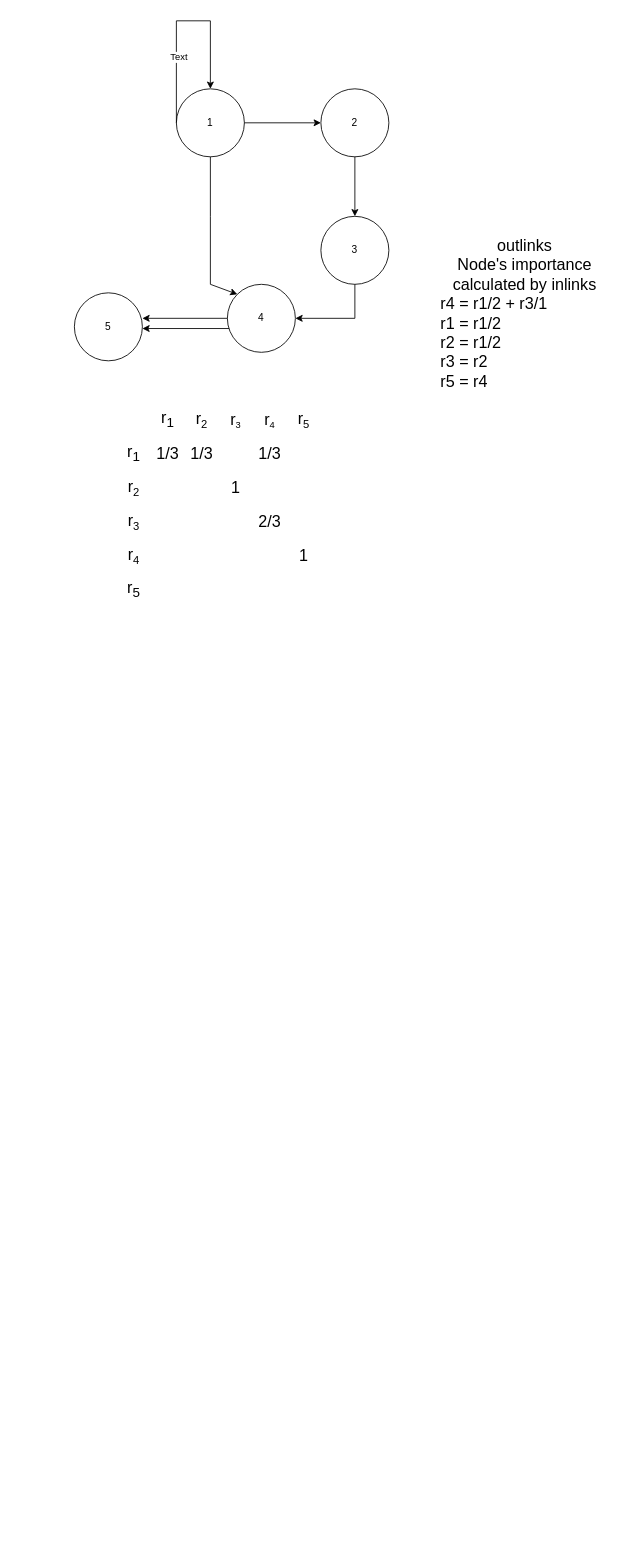
Before: cs224w_hw1.drawio in rajdeepd/draw_io, a draw.io diagram. Source tidied: cells renumbered, new cells numbered last; positions are measured from the earlier drawing's top-left corner, leaving out a move shared by most shapes. Both pictures are drawn from the tidied source at 85%, with x=0, y=0 at pixel (74, 20).
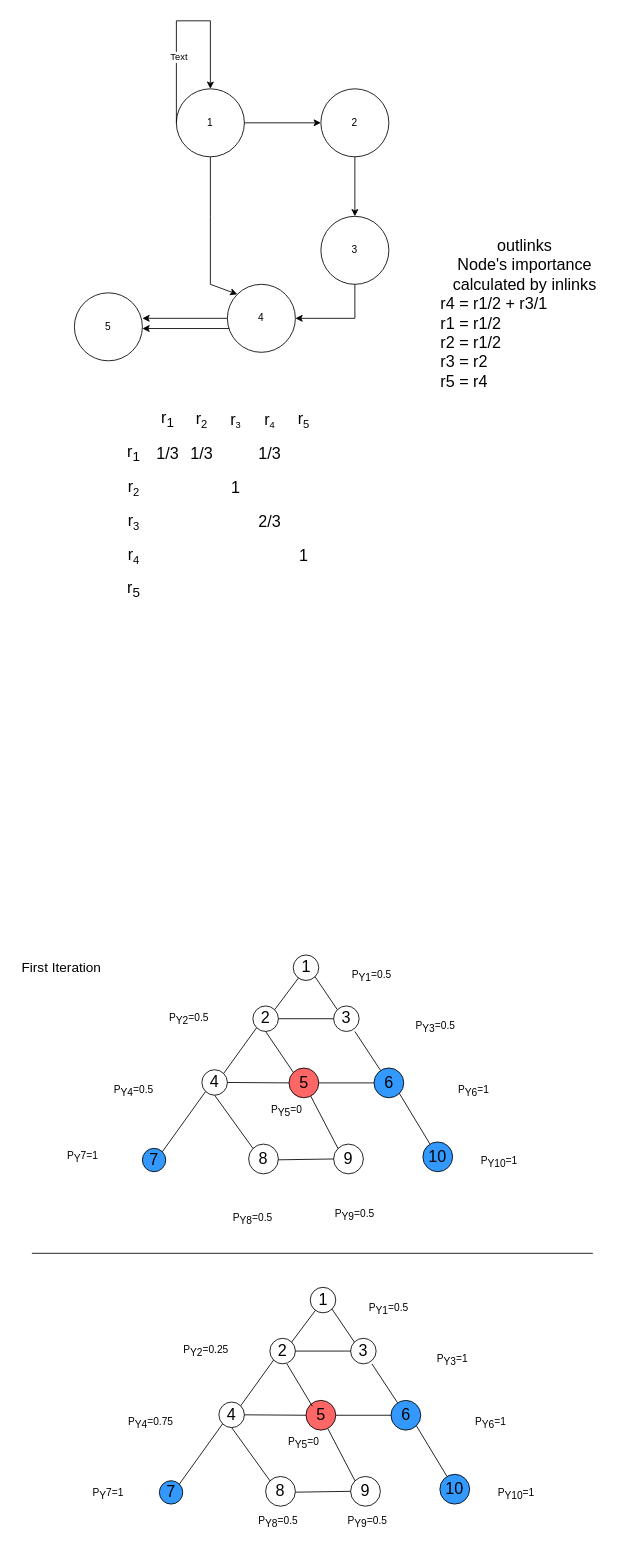
Above is the later version.

Change to the diagram source:
```diff
@@
+    <mxCell id="32" style="endArrow=none;html=1;rounded=0;fontSize=19;" parent="1" edge="1">
+      <mxGeometry relative="1" as="geometry">
+        <mxPoint x="-50" y="1450" as="sourcePoint" />
+        <mxPoint x="610" y="1450" as="targetPoint" />
+      </mxGeometry>
+    </mxCell>
+    <mxCell id="33" value="First Iteration" style="text;html=1;strokeColor=none;fillColor=none;align=center;verticalAlign=middle;whiteSpace=wrap;rounded=0;fontSize=16;" parent="1" vertex="1">
+      <mxGeometry x="-70" y="1099" width="110" height="30" as="geometry" />
+    </mxCell>
+    <mxCell id="34" value="P&lt;sub style=&quot;font-size: 12px;&quot;&gt;Y8&lt;/sub&gt;=0.5" style="text;html=1;strokeColor=none;fillColor=none;align=center;verticalAlign=middle;whiteSpace=wrap;rounded=0;fontSize=12;" parent="1" vertex="1">
+      <mxGeometry x="160" y="1395" width="100" height="30" as="geometry" />
+    </mxCell>
+    <mxCell id="35" value="P&lt;sub style=&quot;font-size: 12px;&quot;&gt;Y9&lt;/sub&gt;=0.5" style="text;html=1;strokeColor=none;fillColor=none;align=center;verticalAlign=middle;whiteSpace=wrap;rounded=0;fontSize=12;" parent="1" vertex="1">
+      <mxGeometry x="280" y="1390" width="100" height="30" as="geometry" />
+    </mxCell>
+    <mxCell id="36" value="1" style="ellipse;whiteSpace=wrap;html=1;fontSize=19;" parent="1" vertex="1">
+      <mxGeometry x="257.5" y="1099" width="30" height="30" as="geometry" />
+    </mxCell>
+    <mxCell id="37" value="2" style="ellipse;whiteSpace=wrap;html=1;fontSize=19;" parent="1" vertex="1">
+      <mxGeometry x="210" y="1159" width="30" height="30" as="geometry" />
+    </mxCell>
+    <mxCell id="38" value="3" style="ellipse;whiteSpace=wrap;html=1;fontSize=19;" parent="1" vertex="1">
+      <mxGeometry x="305" y="1159" width="30" height="30" as="geometry" />
+    </mxCell>
+    <mxCell id="39" value="5" style="ellipse;whiteSpace=wrap;html=1;fontSize=19;fillColor=#FF6666;" parent="1" vertex="1">
+      <mxGeometry x="252.5" y="1232" width="35" height="35" as="geometry" />
+    </mxCell>
+    <mxCell id="40" value="4" style="ellipse;whiteSpace=wrap;html=1;fontSize=19;" parent="1" vertex="1">
+      <mxGeometry x="150" y="1234" width="30" height="30" as="geometry" />
+    </mxCell>
+    <mxCell id="41" value="6" style="ellipse;whiteSpace=wrap;html=1;fontSize=19;fillColor=#3399FF;" parent="1" vertex="1">
+      <mxGeometry x="352.5" y="1232" width="35" height="35" as="geometry" />
+    </mxCell>
+    <mxCell id="42" value="8" style="ellipse;whiteSpace=wrap;html=1;fontSize=19;" parent="1" vertex="1">
+      <mxGeometry x="205" y="1321.5" width="35" height="35" as="geometry" />
+    </mxCell>
+    <mxCell id="43" value="7" style="ellipse;whiteSpace=wrap;html=1;fontSize=19;fillColor=#3399FF;" parent="1" vertex="1">
+      <mxGeometry x="80" y="1326.5" width="27.5" height="27.5" as="geometry" />
+    </mxCell>
+    <mxCell id="44" value="9" style="ellipse;whiteSpace=wrap;html=1;fontSize=19;" parent="1" vertex="1">
+      <mxGeometry x="305" y="1321.5" width="35" height="35" as="geometry" />
+    </mxCell>
+    <mxCell id="45" value="10" style="ellipse;whiteSpace=wrap;html=1;fontSize=19;fillColor=#3399FF;" parent="1" vertex="1">
+      <mxGeometry x="410" y="1319" width="35" height="35" as="geometry" />
+    </mxCell>
+    <mxCell id="46" value="P&lt;sub style=&quot;font-size: 12px;&quot;&gt;Y6&lt;/sub&gt;=1" style="text;html=1;strokeColor=none;fillColor=none;align=center;verticalAlign=middle;whiteSpace=wrap;rounded=0;fontSize=12;" parent="1" vertex="1">
+      <mxGeometry x="420" y="1244" width="100" height="30" as="geometry" />
+    </mxCell>
+    <mxCell id="47" value="P&lt;sub style=&quot;font-size: 12px;&quot;&gt;Y&lt;/sub&gt;7=1" style="text;html=1;strokeColor=none;fillColor=none;align=center;verticalAlign=middle;whiteSpace=wrap;rounded=0;fontSize=12;" parent="1" vertex="1">
+      <mxGeometry x="-40" y="1321.5" width="100" height="30" as="geometry" />
+    </mxCell>
+    <mxCell id="48" value="P&lt;sub style=&quot;font-size: 12px;&quot;&gt;Y10&lt;/sub&gt;=1" style="text;html=1;strokeColor=none;fillColor=none;align=center;verticalAlign=middle;whiteSpace=wrap;rounded=0;fontSize=12;" parent="1" vertex="1">
+      <mxGeometry x="450" y="1326.5" width="100" height="30" as="geometry" />
+    </mxCell>
+    <mxCell id="49" value="P&lt;sub style=&quot;font-size: 12px;&quot;&gt;Y5&lt;/sub&gt;=0" style="text;html=1;strokeColor=none;fillColor=none;align=center;verticalAlign=middle;whiteSpace=wrap;rounded=0;fontSize=12;" parent="1" vertex="1">
+      <mxGeometry x="200" y="1267" width="100" height="30" as="geometry" />
+    </mxCell>
+    <mxCell id="50" value="P&lt;sub style=&quot;font-size: 12px;&quot;&gt;Y1&lt;/sub&gt;=0.5" style="text;html=1;strokeColor=none;fillColor=none;align=center;verticalAlign=middle;whiteSpace=wrap;rounded=0;fontSize=12;" parent="1" vertex="1">
+      <mxGeometry x="300" y="1109" width="100" height="30" as="geometry" />
+    </mxCell>
+    <mxCell id="51" value="P&lt;sub style=&quot;font-size: 12px;&quot;&gt;Y3&lt;/sub&gt;=0.5" style="text;html=1;strokeColor=none;fillColor=none;align=center;verticalAlign=middle;whiteSpace=wrap;rounded=0;fontSize=12;" parent="1" vertex="1">
+      <mxGeometry x="375" y="1169" width="100" height="30" as="geometry" />
+    </mxCell>
+    <mxCell id="52" value="P&lt;sub style=&quot;font-size: 12px;&quot;&gt;Y2&lt;/sub&gt;=0.5" style="text;html=1;strokeColor=none;fillColor=none;align=center;verticalAlign=middle;whiteSpace=wrap;rounded=0;fontSize=12;" parent="1" vertex="1">
+      <mxGeometry x="85" y="1159" width="100" height="30" as="geometry" />
+    </mxCell>
+    <mxCell id="53" value="P&lt;sub style=&quot;font-size: 12px;&quot;&gt;Y4&lt;/sub&gt;=0.5" style="text;html=1;strokeColor=none;fillColor=none;align=center;verticalAlign=middle;whiteSpace=wrap;rounded=0;fontSize=12;" parent="1" vertex="1">
+      <mxGeometry x="20" y="1244" width="100" height="30" as="geometry" />
+    </mxCell>
+    <mxCell id="54" style="endArrow=none;html=1;rounded=0;fontSize=19;exitX=1;exitY=0;exitDx=0;exitDy=0;" parent="1" edge="1" source="37" target="36">
+      <mxGeometry relative="1" as="geometry" />
+    </mxCell>
+    <mxCell id="55" style="endArrow=none;html=1;rounded=0;fontSize=19;entryX=0;entryY=1;entryDx=0;entryDy=0;exitX=1;exitY=0;exitDx=0;exitDy=0;" parent="1" edge="1" source="43" target="40">
+      <mxGeometry relative="1" as="geometry" />
+    </mxCell>
+    <mxCell id="56" style="endArrow=none;html=1;rounded=0;fontSize=19;exitX=1;exitY=0;exitDx=0;exitDy=0;entryX=0;entryY=1;entryDx=0;entryDy=0;" parent="1" edge="1" source="40" target="37">
+      <mxGeometry relative="1" as="geometry" />
+    </mxCell>
+    <mxCell id="57" style="endArrow=none;html=1;rounded=0;fontSize=12;entryX=1;entryY=1;entryDx=0;entryDy=0;exitX=0;exitY=0;exitDx=0;exitDy=0;" parent="1" edge="1" source="38" target="36">
+      <mxGeometry relative="1" as="geometry" />
+    </mxCell>
+    <mxCell id="58" style="endArrow=none;html=1;rounded=0;fontSize=12;" parent="1" edge="1" source="41">
+      <mxGeometry relative="1" as="geometry">
+        <mxPoint x="330" y="1189" as="targetPoint" />
+      </mxGeometry>
+    </mxCell>
+    <mxCell id="59" style="endArrow=none;html=1;rounded=0;fontSize=12;entryX=1;entryY=1;entryDx=0;entryDy=0;" parent="1" edge="1" source="45" target="41">
+      <mxGeometry relative="1" as="geometry" />
+    </mxCell>
+    <mxCell id="60" style="endArrow=none;html=1;rounded=0;fontSize=12;entryX=0;entryY=0.5;entryDx=0;entryDy=0;" parent="1" edge="1" target="44">
+      <mxGeometry relative="1" as="geometry">
+        <mxPoint x="240" y="1340" as="sourcePoint" />
+      </mxGeometry>
+    </mxCell>
+    <mxCell id="61" style="endArrow=none;html=1;rounded=0;fontSize=12;exitX=0;exitY=0;exitDx=0;exitDy=0;entryX=0.5;entryY=1;entryDx=0;entryDy=0;" parent="1" edge="1" source="42" target="40">
+      <mxGeometry relative="1" as="geometry" />
+    </mxCell>
+    <mxCell id="62" style="endArrow=none;html=1;rounded=0;fontSize=12;exitX=0;exitY=0;exitDx=0;exitDy=0;" parent="1" edge="1" source="44" target="39">
+      <mxGeometry relative="1" as="geometry" />
+    </mxCell>
+    <mxCell id="63" style="endArrow=none;html=1;rounded=0;fontSize=12;entryX=0;entryY=0.5;entryDx=0;entryDy=0;exitX=1;exitY=0.5;exitDx=0;exitDy=0;" parent="1" edge="1" source="40" target="39">
+      <mxGeometry relative="1" as="geometry" />
+    </mxCell>
+    <mxCell id="64" style="endArrow=none;html=1;rounded=0;fontSize=12;exitX=1;exitY=0.5;exitDx=0;exitDy=0;entryX=0;entryY=0.5;entryDx=0;entryDy=0;" parent="1" edge="1" source="39" target="41">
+      <mxGeometry relative="1" as="geometry" />
+    </mxCell>
+    <mxCell id="65" style="endArrow=none;html=1;rounded=0;fontSize=12;exitX=1;exitY=0.5;exitDx=0;exitDy=0;entryX=0;entryY=0.5;entryDx=0;entryDy=0;" parent="1" edge="1" source="37" target="38">
+      <mxGeometry relative="1" as="geometry" />
+    </mxCell>
+    <mxCell id="66" style="endArrow=none;html=1;rounded=0;fontSize=16;entryX=0.5;entryY=1;entryDx=0;entryDy=0;exitX=0;exitY=0;exitDx=0;exitDy=0;" parent="1" edge="1" source="39" target="37">
+      <mxGeometry relative="1" as="geometry" />
+    </mxCell>
+    <mxCell id="67" value="P&lt;sub style=&quot;font-size: 12px;&quot;&gt;Y8&lt;/sub&gt;=0.5" style="text;html=1;strokeColor=none;fillColor=none;align=center;verticalAlign=middle;whiteSpace=wrap;rounded=0;fontSize=12;" parent="1" vertex="1">
+      <mxGeometry x="190" y="1751" width="100" height="30" as="geometry" />
+    </mxCell>
+    <mxCell id="68" value="P&lt;sub style=&quot;font-size: 12px;&quot;&gt;Y9&lt;/sub&gt;=0.5" style="text;html=1;strokeColor=none;fillColor=none;align=center;verticalAlign=middle;whiteSpace=wrap;rounded=0;fontSize=12;" parent="1" vertex="1">
+      <mxGeometry x="295" y="1751" width="100" height="30" as="geometry" />
+    </mxCell>
+    <mxCell id="69" value="1" style="ellipse;whiteSpace=wrap;html=1;fontSize=19;" parent="1" vertex="1">
+      <mxGeometry x="277.5" y="1490" width="30" height="30" as="geometry" />
+    </mxCell>
+    <mxCell id="70" value="2" style="ellipse;whiteSpace=wrap;html=1;fontSize=19;" parent="1" vertex="1">
+      <mxGeometry x="230" y="1550" width="30" height="30" as="geometry" />
+    </mxCell>
+    <mxCell id="71" value="3" style="ellipse;whiteSpace=wrap;html=1;fontSize=19;" parent="1" vertex="1">
+      <mxGeometry x="325" y="1550" width="30" height="30" as="geometry" />
+    </mxCell>
+    <mxCell id="72" value="5" style="ellipse;whiteSpace=wrap;html=1;fontSize=19;fillColor=#FF6666;" parent="1" vertex="1">
+      <mxGeometry x="272.5" y="1623" width="35" height="35" as="geometry" />
+    </mxCell>
+    <mxCell id="73" value="4" style="ellipse;whiteSpace=wrap;html=1;fontSize=19;" parent="1" vertex="1">
+      <mxGeometry x="170" y="1625" width="30" height="30" as="geometry" />
+    </mxCell>
+    <mxCell id="74" value="6" style="ellipse;whiteSpace=wrap;html=1;fontSize=19;fillColor=#3399FF;" parent="1" vertex="1">
+      <mxGeometry x="372.5" y="1623" width="35" height="35" as="geometry" />
+    </mxCell>
+    <mxCell id="75" value="8" style="ellipse;whiteSpace=wrap;html=1;fontSize=19;" parent="1" vertex="1">
+      <mxGeometry x="225" y="1712.5" width="35" height="35" as="geometry" />
+    </mxCell>
+    <mxCell id="76" value="7" style="ellipse;whiteSpace=wrap;html=1;fontSize=19;fillColor=#3399FF;" parent="1" vertex="1">
+      <mxGeometry x="100" y="1717.5" width="27.5" height="27.5" as="geometry" />
+    </mxCell>
+    <mxCell id="77" value="9" style="ellipse;whiteSpace=wrap;html=1;fontSize=19;" parent="1" vertex="1">
+      <mxGeometry x="325" y="1712.5" width="35" height="35" as="geometry" />
+    </mxCell>
+    <mxCell id="78" value="10" style="ellipse;whiteSpace=wrap;html=1;fontSize=19;fillColor=#3399FF;" parent="1" vertex="1">
+      <mxGeometry x="430" y="1710" width="35" height="35" as="geometry" />
+    </mxCell>
+    <mxCell id="79" value="P&lt;sub style=&quot;font-size: 12px;&quot;&gt;Y6&lt;/sub&gt;=1" style="text;html=1;strokeColor=none;fillColor=none;align=center;verticalAlign=middle;whiteSpace=wrap;rounded=0;fontSize=12;" parent="1" vertex="1">
+      <mxGeometry x="440" y="1635" width="100" height="30" as="geometry" />
+    </mxCell>
+    <mxCell id="80" value="P&lt;sub style=&quot;font-size: 12px;&quot;&gt;Y10&lt;/sub&gt;=1" style="text;html=1;strokeColor=none;fillColor=none;align=center;verticalAlign=middle;whiteSpace=wrap;rounded=0;fontSize=12;" parent="1" vertex="1">
+      <mxGeometry x="470" y="1717.5" width="100" height="30" as="geometry" />
+    </mxCell>
+    <mxCell id="81" value="P&lt;sub style=&quot;font-size: 12px;&quot;&gt;Y5&lt;/sub&gt;=0" style="text;html=1;strokeColor=none;fillColor=none;align=center;verticalAlign=middle;whiteSpace=wrap;rounded=0;fontSize=12;" parent="1" vertex="1">
+      <mxGeometry x="220" y="1658" width="100" height="30" as="geometry" />
+    </mxCell>
+    <mxCell id="82" value="P&lt;sub style=&quot;font-size: 12px;&quot;&gt;Y1&lt;/sub&gt;=0.5" style="text;html=1;strokeColor=none;fillColor=none;align=center;verticalAlign=middle;whiteSpace=wrap;rounded=0;fontSize=12;" parent="1" vertex="1">
+      <mxGeometry x="320" y="1500" width="100" height="30" as="geometry" />
+    </mxCell>
+    <mxCell id="83" value="P&lt;sub style=&quot;font-size: 12px;&quot;&gt;Y3&lt;/sub&gt;=1" style="text;html=1;strokeColor=none;fillColor=none;align=center;verticalAlign=middle;whiteSpace=wrap;rounded=0;fontSize=12;" parent="1" vertex="1">
+      <mxGeometry x="395" y="1560" width="100" height="30" as="geometry" />
+    </mxCell>
+    <mxCell id="84" value="P&lt;sub style=&quot;font-size: 12px;&quot;&gt;Y2&lt;/sub&gt;=0.25" style="text;html=1;strokeColor=none;fillColor=none;align=center;verticalAlign=middle;whiteSpace=wrap;rounded=0;fontSize=12;" parent="1" vertex="1">
+      <mxGeometry x="105" y="1550" width="100" height="30" as="geometry" />
+    </mxCell>
+    <mxCell id="85" value="P&lt;sub style=&quot;font-size: 12px;&quot;&gt;Y4&lt;/sub&gt;=0.75" style="text;html=1;strokeColor=none;fillColor=none;align=center;verticalAlign=middle;whiteSpace=wrap;rounded=0;fontSize=12;" parent="1" vertex="1">
+      <mxGeometry x="40" y="1635" width="100" height="30" as="geometry" />
+    </mxCell>
+    <mxCell id="86" style="endArrow=none;html=1;rounded=0;fontSize=19;exitX=1;exitY=0;exitDx=0;exitDy=0;" parent="1" edge="1" source="70" target="69">
+      <mxGeometry relative="1" as="geometry" />
+    </mxCell>
+    <mxCell id="87" style="endArrow=none;html=1;rounded=0;fontSize=19;entryX=0;entryY=1;entryDx=0;entryDy=0;exitX=1;exitY=0;exitDx=0;exitDy=0;" parent="1" edge="1" source="76" target="73">
+      <mxGeometry relative="1" as="geometry" />
+    </mxCell>
+    <mxCell id="88" style="endArrow=none;html=1;rounded=0;fontSize=19;exitX=1;exitY=0;exitDx=0;exitDy=0;entryX=0;entryY=1;entryDx=0;entryDy=0;" parent="1" edge="1" source="73" target="70">
+      <mxGeometry relative="1" as="geometry" />
+    </mxCell>
+    <mxCell id="89" style="endArrow=none;html=1;rounded=0;fontSize=12;entryX=1;entryY=1;entryDx=0;entryDy=0;exitX=0;exitY=0;exitDx=0;exitDy=0;" parent="1" edge="1" source="71" target="69">
+      <mxGeometry relative="1" as="geometry" />
+    </mxCell>
+    <mxCell id="90" style="endArrow=none;html=1;rounded=0;fontSize=12;" parent="1" edge="1" source="74">
+      <mxGeometry relative="1" as="geometry">
+        <mxPoint x="350" y="1580" as="targetPoint" />
+      </mxGeometry>
+    </mxCell>
+    <mxCell id="91" style="endArrow=none;html=1;rounded=0;fontSize=12;entryX=1;entryY=1;entryDx=0;entryDy=0;" parent="1" edge="1" source="78" target="74">
+      <mxGeometry relative="1" as="geometry" />
+    </mxCell>
+    <mxCell id="92" style="endArrow=none;html=1;rounded=0;fontSize=12;entryX=0;entryY=0.5;entryDx=0;entryDy=0;" parent="1" edge="1" target="77">
+      <mxGeometry relative="1" as="geometry">
+        <mxPoint x="260" y="1731" as="sourcePoint" />
+      </mxGeometry>
+    </mxCell>
+    <mxCell id="93" style="endArrow=none;html=1;rounded=0;fontSize=12;exitX=0;exitY=0;exitDx=0;exitDy=0;entryX=0.5;entryY=1;entryDx=0;entryDy=0;" parent="1" edge="1" source="75" target="73">
+      <mxGeometry relative="1" as="geometry" />
+    </mxCell>
+    <mxCell id="94" style="endArrow=none;html=1;rounded=0;fontSize=12;exitX=0;exitY=0;exitDx=0;exitDy=0;" parent="1" edge="1" source="77" target="72">
+      <mxGeometry relative="1" as="geometry" />
+    </mxCell>
+    <mxCell id="95" style="endArrow=none;html=1;rounded=0;fontSize=12;entryX=0;entryY=0.5;entryDx=0;entryDy=0;exitX=1;exitY=0.5;exitDx=0;exitDy=0;" parent="1" edge="1" source="73" target="72">
+      <mxGeometry relative="1" as="geometry" />
+    </mxCell>
+    <mxCell id="96" style="endArrow=none;html=1;rounded=0;fontSize=12;exitX=1;exitY=0.5;exitDx=0;exitDy=0;entryX=0;entryY=0.5;entryDx=0;entryDy=0;" parent="1" edge="1" source="72" target="74">
+      <mxGeometry relative="1" as="geometry" />
+    </mxCell>
+    <mxCell id="97" style="endArrow=none;html=1;rounded=0;fontSize=12;exitX=1;exitY=0.5;exitDx=0;exitDy=0;entryX=0;entryY=0.5;entryDx=0;entryDy=0;" parent="1" edge="1" source="70" target="71">
+      <mxGeometry relative="1" as="geometry" />
+    </mxCell>
+    <mxCell id="98" style="endArrow=none;html=1;rounded=0;fontSize=16;" parent="1" edge="1">
+      <mxGeometry relative="1" as="geometry">
+        <mxPoint x="280" y="1630" as="sourcePoint" />
+        <mxPoint x="250" y="1580" as="targetPoint" />
+      </mxGeometry>
+    </mxCell>
+    <mxCell id="99" value="P&lt;sub style=&quot;font-size: 12px;&quot;&gt;Y&lt;/sub&gt;7=1" style="text;html=1;strokeColor=none;fillColor=none;align=center;verticalAlign=middle;whiteSpace=wrap;rounded=0;fontSize=12;" parent="1" vertex="1">
+      <mxGeometry x="-10" y="1717.5" width="100" height="30" as="geometry" />
+    </mxCell>
```
